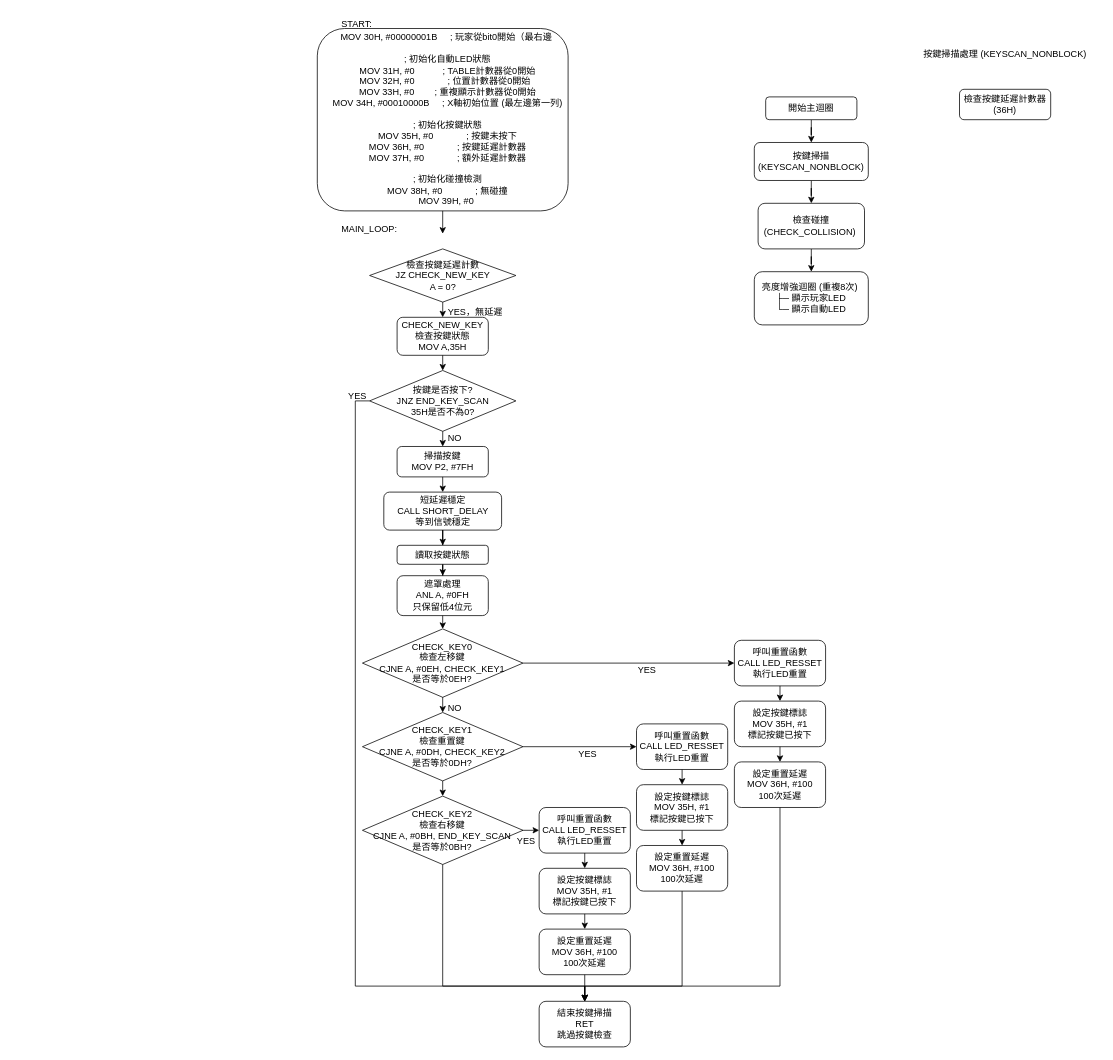
The draw.io diagram page "第 11 页" (11 of 11) of 未命名绘图.drawio in piting1104/se2, before the edit. Source tidied: cells renumbered, new cells numbered last; positions are measured from the earlier drawing's top-left corner, leaving out a move shared by most shapes. Both pictures are drawn from the tidied source at 76%, with x=0, y=0 at pixel (317, 13).
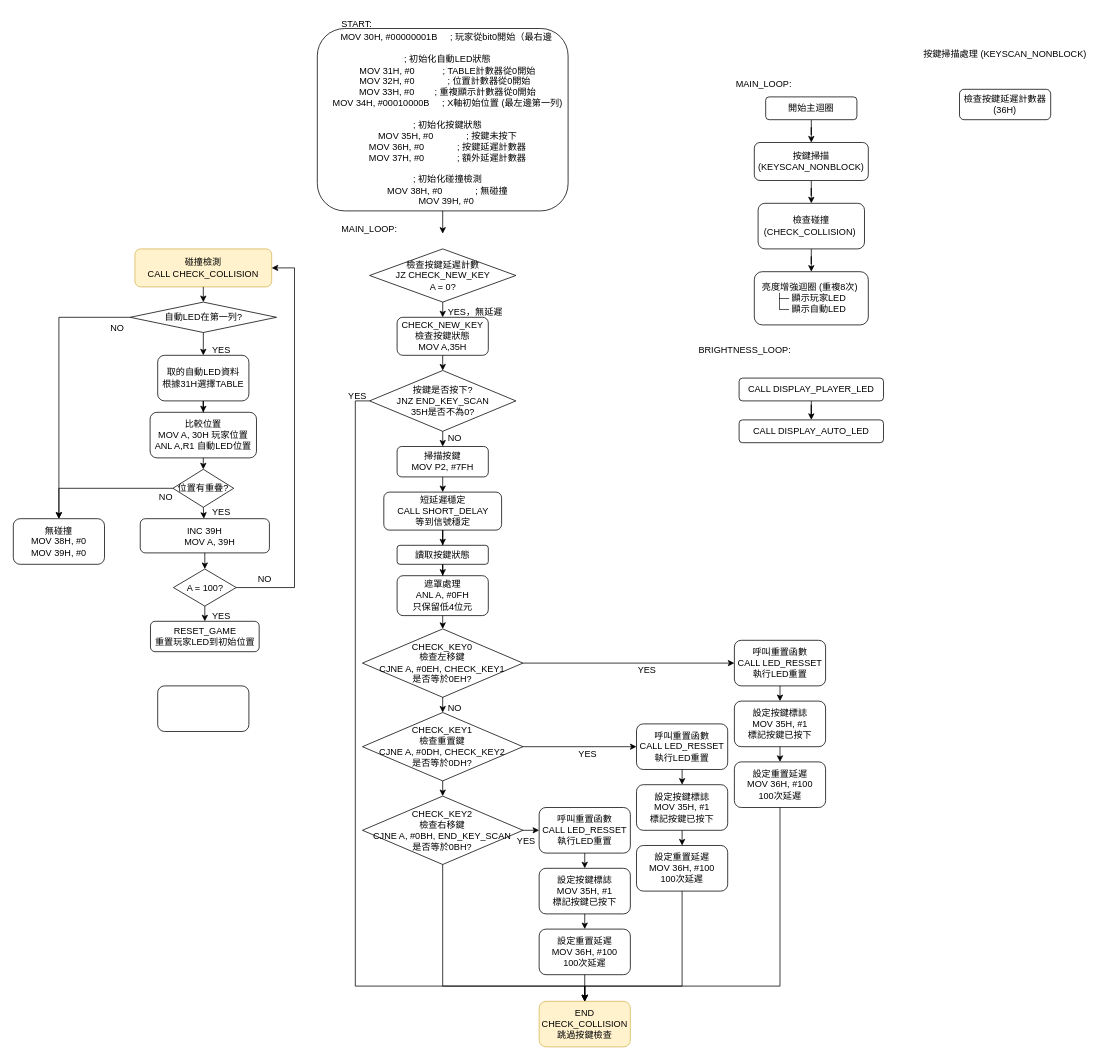
After the change.

Commit message (it also covers changes not shown here):
更新未命名绘图.drawio

The edit, as a diff of the source:
```diff
@@
-    <mxCell id="60" value="結束按鍵掃描&lt;div&gt;RET&lt;/div&gt;&lt;div&gt;跳過按鍵檢查&lt;/div&gt;" style="rounded=1;whiteSpace=wrap;html=1;" parent="1" vertex="1">
+    <mxCell id="60" value="END CHECK_COLLISION&lt;div&gt;跳過按鍵檢查&lt;/div&gt;" style="rounded=1;whiteSpace=wrap;html=1;fillColor=#fff2cc;strokeColor=#d6b656;" parent="1" vertex="1">
       <mxGeometry x="291.9" y="1300" width="120" height="60" as="geometry" />
     </mxCell>
@@
+    <mxCell id="68" value="&lt;div&gt;碰撞檢測&lt;/div&gt;CALL CHECK_COLLISION" style="rounded=1;whiteSpace=wrap;html=1;fillColor=#fff2cc;strokeColor=#d6b656;" parent="1" vertex="1">
+      <mxGeometry x="-240" y="310" width="180" height="50" as="geometry" />
+    </mxCell>
+    <mxCell id="69" value="自動LED在第一列?" style="rhombus;whiteSpace=wrap;html=1;" parent="1" vertex="1">
+      <mxGeometry x="-246.2" y="380" width="192.5" height="40" as="geometry" />
+    </mxCell>
+    <mxCell id="70" style="endArrow=classic;html=1;rounded=0;exitX=0.5;exitY=1;exitDx=0;exitDy=0;" parent="1" edge="1" source="68" target="69">
+      <mxGeometry relative="1" as="geometry" />
+    </mxCell>
+    <mxCell id="71" style="edgeStyle=orthogonalEdgeStyle;rounded=0;jettySize=auto;html=1;" parent="1" edge="1" source="72" target="74">
+      <mxGeometry relative="1" as="geometry" />
+    </mxCell>
+    <mxCell id="72" value="取的自動LED資料&lt;div&gt;根據31H選擇TABLE&lt;/div&gt;" style="rounded=1;whiteSpace=wrap;html=1;" parent="1" vertex="1">
+      <mxGeometry x="-210" y="450" width="120" height="60" as="geometry" />
+    </mxCell>
+    <mxCell id="73" style="endArrow=classic;html=1;rounded=0;exitX=0.5;exitY=1;exitDx=0;exitDy=0;entryX=0.5;entryY=0;entryDx=0;entryDy=0;" parent="1" edge="1" source="69" target="72">
+      <mxGeometry relative="1" as="geometry" />
+    </mxCell>
+    <mxCell id="74" value="比較位置&lt;div&gt;MOV A, 30H 玩家位置&lt;/div&gt;&lt;div&gt;ANL A,R1 自動LED位置&lt;/div&gt;" style="whiteSpace=wrap;html=1;rounded=1;" parent="1" vertex="1">
+      <mxGeometry x="-220" y="525" width="140" height="60" as="geometry" />
+    </mxCell>
+    <mxCell id="75" value="位置有重疊?" style="rhombus;whiteSpace=wrap;html=1;" parent="1" vertex="1">
+      <mxGeometry x="-190" y="600" width="80" height="50" as="geometry" />
+    </mxCell>
+    <mxCell id="76" style="endArrow=classic;html=1;rounded=0;exitX=0.5;exitY=1;exitDx=0;exitDy=0;entryX=0.5;entryY=0;entryDx=0;entryDy=0;" parent="1" edge="1" source="74" target="75">
+      <mxGeometry relative="1" as="geometry" />
+    </mxCell>
+    <mxCell id="77" value="&lt;div&gt;INC 39H&lt;/div&gt;&lt;div&gt;&amp;nbsp; &amp;nbsp; MOV A, 39H&lt;/div&gt;" style="rounded=1;whiteSpace=wrap;html=1;" parent="1" vertex="1">
+      <mxGeometry x="-233" y="665" width="170" height="45" as="geometry" />
+    </mxCell>
+    <mxCell id="78" style="endArrow=classic;html=1;rounded=0;exitX=0.5;exitY=1;exitDx=0;exitDy=0;" parent="1" edge="1" source="75" target="77">
+      <mxGeometry relative="1" as="geometry" />
+    </mxCell>
+    <mxCell id="79" value="YES" style="text;whiteSpace=wrap;" parent="1" vertex="1">
+      <mxGeometry x="-140" y="642.5" width="20" height="20" as="geometry" />
+    </mxCell>
+    <mxCell id="80" value="YES" style="text;whiteSpace=wrap;" parent="1" vertex="1">
+      <mxGeometry x="-140" y="430" width="20" height="20" as="geometry" />
+    </mxCell>
+    <mxCell id="81" style="endArrow=classic;html=1;rounded=0;exitX=0;exitY=0.5;exitDx=0;exitDy=0;edgeStyle=orthogonalEdgeStyle;" parent="1" edge="1" source="69" target="82">
+      <mxGeometry relative="1" as="geometry" />
+    </mxCell>
+    <mxCell id="82" value="無碰撞&lt;div&gt;MOV 38H, #0&lt;/div&gt;&lt;div&gt;&lt;div&gt;MOV 39H, #0&lt;/div&gt;&lt;/div&gt;" style="rounded=1;whiteSpace=wrap;html=1;" parent="1" vertex="1">
+      <mxGeometry x="-400" y="665" width="120" height="60" as="geometry" />
+    </mxCell>
+    <mxCell id="83" value="NO" style="text;whiteSpace=wrap;" parent="1" vertex="1">
+      <mxGeometry x="-273.8" y="400" width="20" height="20" as="geometry" />
+    </mxCell>
+    <mxCell id="84" style="endArrow=classic;html=1;rounded=0;exitX=0;exitY=0.5;exitDx=0;exitDy=0;entryX=0.5;entryY=0;entryDx=0;entryDy=0;edgeStyle=orthogonalEdgeStyle;" parent="1" edge="1" source="75" target="82">
+      <mxGeometry relative="1" as="geometry" />
+    </mxCell>
+    <mxCell id="85" value="NO" style="text;whiteSpace=wrap;" parent="1" vertex="1">
+      <mxGeometry x="-210" y="622.5" width="20" height="20" as="geometry" />
+    </mxCell>
+    <mxCell id="86" value="A = 100?" style="rhombus;whiteSpace=wrap;html=1;" parent="1" vertex="1">
+      <mxGeometry x="-189.3" y="731.2" width="82.6" height="48.8" as="geometry" />
+    </mxCell>
+    <mxCell id="87" style="endArrow=classic;html=1;rounded=0;exitX=0.5;exitY=1;exitDx=0;exitDy=0;entryX=0.5;entryY=0;entryDx=0;entryDy=0;" parent="1" edge="1" source="77" target="86">
+      <mxGeometry relative="1" as="geometry" />
+    </mxCell>
+    <mxCell id="88" value="RESET_GAME&lt;div&gt;重置玩家LED到初始位置&lt;/div&gt;" style="rounded=1;whiteSpace=wrap;html=1;" parent="1" vertex="1">
+      <mxGeometry x="-219.5" y="800" width="143" height="40" as="geometry" />
+    </mxCell>
+    <mxCell id="89" style="endArrow=classic;html=1;rounded=0;exitX=0.5;exitY=1;exitDx=0;exitDy=0;entryX=0.5;entryY=0;entryDx=0;entryDy=0;" parent="1" edge="1" source="86" target="88">
+      <mxGeometry relative="1" as="geometry" />
+    </mxCell>
+    <mxCell id="90" value="YES" style="text;whiteSpace=wrap;" parent="1" vertex="1">
+      <mxGeometry x="-140" y="780" width="20" height="20" as="geometry" />
+    </mxCell>
+    <mxCell id="91" style="endArrow=classic;html=1;rounded=0;exitX=1;exitY=0.5;exitDx=0;exitDy=0;entryX=1;entryY=0.5;entryDx=0;entryDy=0;edgeStyle=orthogonalEdgeStyle;" parent="1" edge="1" source="86" target="68">
+      <mxGeometry relative="1" as="geometry">
+        <Array as="points">
+          <mxPoint x="-30" y="756" />
+          <mxPoint x="-30" y="335" />
+        </Array>
+      </mxGeometry>
+    </mxCell>
+    <mxCell id="92" value="NO" style="text;whiteSpace=wrap;" parent="1" vertex="1">
+      <mxGeometry x="-80" y="731.2" width="20" height="20" as="geometry" />
+    </mxCell>
+    <mxCell id="93" value="MAIN_LOOP:" style="text;whiteSpace=wrap;" parent="1" vertex="1">
+      <mxGeometry x="548.8" y="80" width="110" height="40" as="geometry" />
+    </mxCell>
+    <mxCell id="94" value="BRIGHTNESS_LOOP:" style="text;whiteSpace=wrap;" parent="1" vertex="1">
+      <mxGeometry x="500" y="430" width="150" height="40" as="geometry" />
+    </mxCell>
+    <mxCell id="95" style="edgeStyle=orthogonalEdgeStyle;rounded=0;jettySize=auto;html=1;" parent="1" edge="1" source="96" target="97">
+      <mxGeometry relative="1" as="geometry" />
+    </mxCell>
+    <mxCell id="96" value="&lt;div&gt;CALL DISPLAY_PLAYER_LED&lt;/div&gt;" style="rounded=1;whiteSpace=wrap;html=1;" parent="1" vertex="1">
+      <mxGeometry x="555" y="480" width="190" height="30" as="geometry" />
+    </mxCell>
+    <mxCell id="97" value="CALL DISPLAY_AUTO_LED" style="whiteSpace=wrap;html=1;rounded=1;" parent="1" vertex="1">
+      <mxGeometry x="555" y="535" width="190" height="30" as="geometry" />
+    </mxCell>
+    <mxCell id="98" style="rounded=1;whiteSpace=wrap;html=1;" parent="1" vertex="1">
+      <mxGeometry x="-210" y="885" width="120" height="60" as="geometry" />
+    </mxCell>
```
